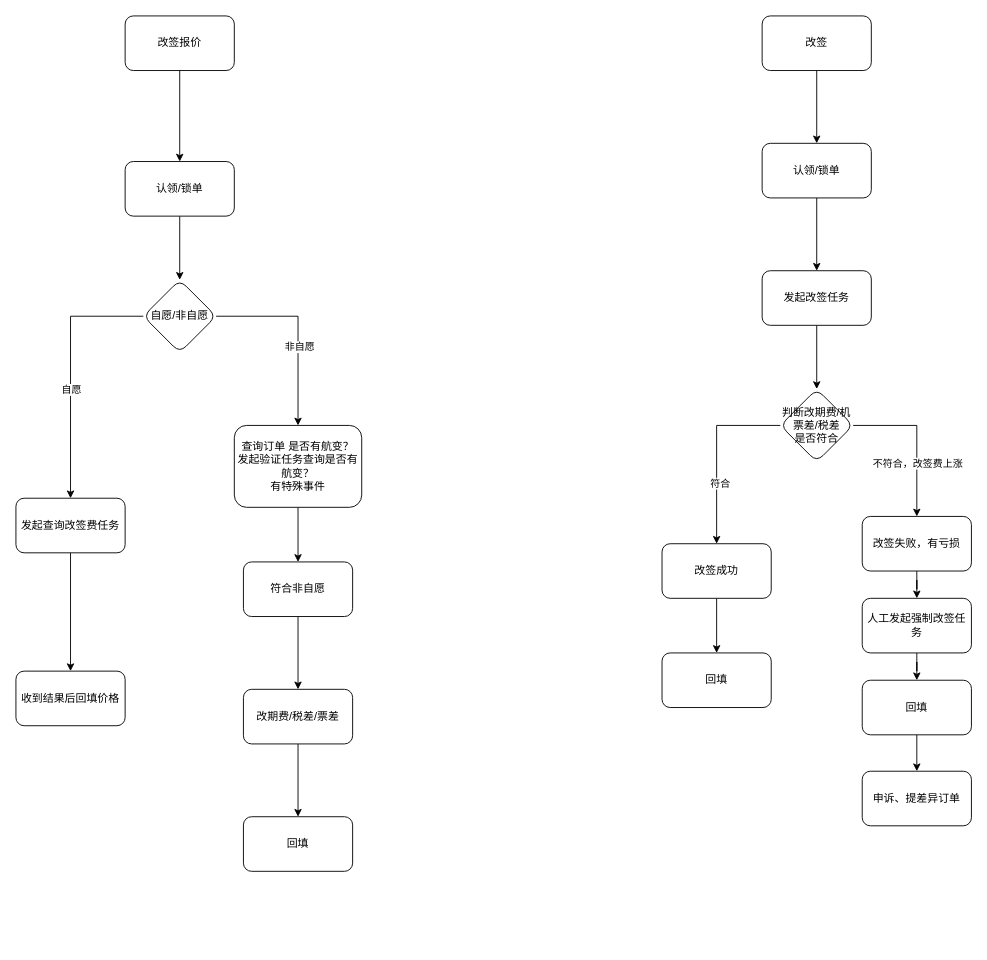
This is 改签流程.drawio from kelvin9527/diagram, a draw.io file, before an edit. Source tidied: cells renumbered, new cells numbered last; positions are measured from the earlier drawing's top-left corner, leaving out a move shared by most shapes. Both pictures are drawn from the tidied source at 91%, with x=0, y=0 at pixel (15, 15).
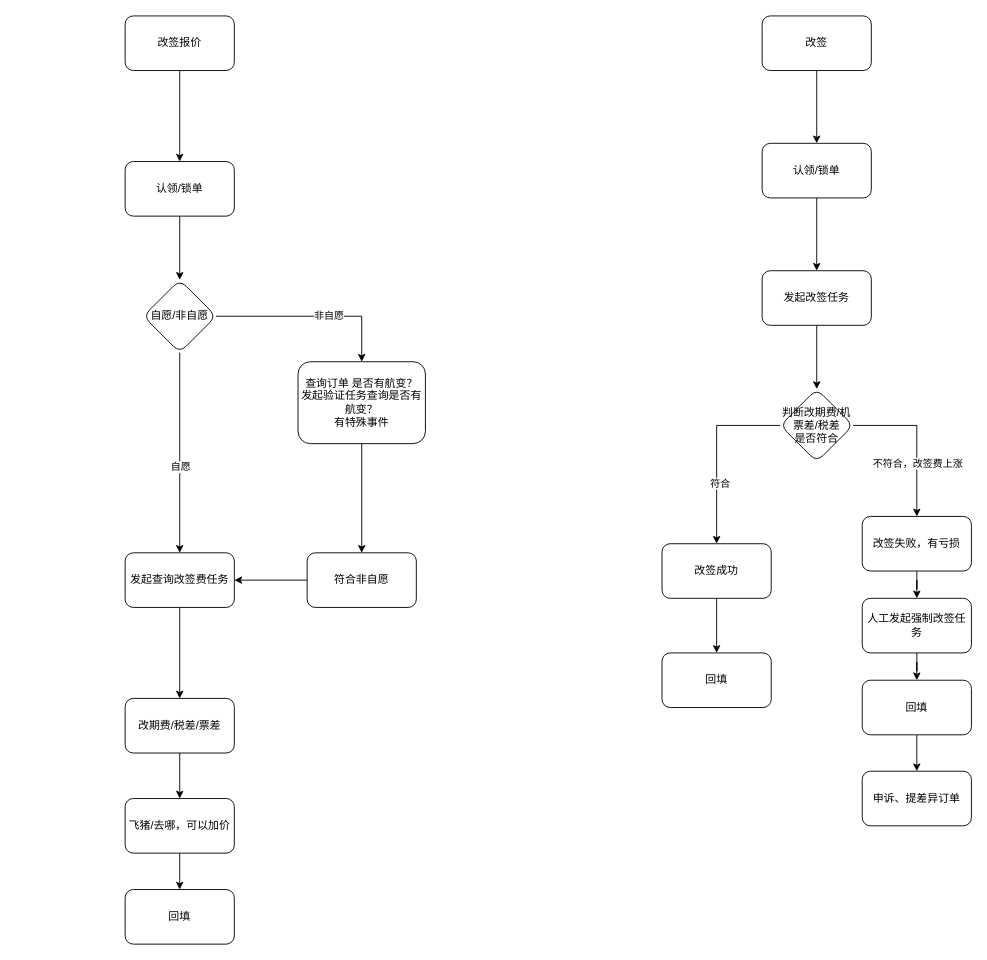
The same diagram, later.

Commit message (it also covers changes not shown here):
更新改签流程.drawio

Diff of the diagram source:
```diff
@@
     <mxCell id="28" value="发起查询改签费任务" style="rounded=1;whiteSpace=wrap;html=1;" parent="1" vertex="1">
-      <mxGeometry y="530" width="120" height="60" as="geometry" />
+      <mxGeometry x="120" y="590" width="120" height="60" as="geometry" />
     </mxCell>
+    <mxCell id="42" style="edgeStyle=orthogonalEdgeStyle;rounded=0;jettySize=auto;html=1;" parent="1" edge="1" source="29" target="45">
+      <mxGeometry relative="1" as="geometry" />
+    </mxCell>
-    <mxCell id="29" value="收到结果后回填价格" style="rounded=1;whiteSpace=wrap;html=1;" parent="1" vertex="1">
-      <mxGeometry y="720" width="120" height="60" as="geometry" />
+    <mxCell id="29" value="改期费/税差/票差" style="rounded=1;whiteSpace=wrap;html=1;" parent="1" vertex="1">
+      <mxGeometry x="120" y="750" width="120" height="60" as="geometry" />
     </mxCell>
@@
     <mxCell id="36" value="查询订单 是否有航变？&lt;div&gt;发起验证任务查询是否有航变？&lt;/div&gt;&lt;div&gt;有特殊事件&lt;/div&gt;" style="whiteSpace=wrap;html=1;rounded=1;" parent="1" vertex="1">
-      <mxGeometry x="240" y="450" width="140" height="90" as="geometry" />
+      <mxGeometry x="310" y="380" width="140" height="90" as="geometry" />
     </mxCell>
-    <mxCell id="37" style="edgeStyle=orthogonalEdgeStyle;rounded=0;jettySize=auto;html=1;" parent="1" edge="1" source="38" target="40">
-      <mxGeometry relative="1" as="geometry" />
-    </mxCell>
+    <mxCell id="43" style="edgeStyle=orthogonalEdgeStyle;rounded=0;jettySize=auto;html=1;entryX=1;entryY=0.5;entryDx=0;entryDy=0;" parent="1" edge="1" source="38" target="28">
+      <mxGeometry relative="1" as="geometry" />
+    </mxCell>
     <mxCell id="38" value="符合非自愿" style="whiteSpace=wrap;html=1;rounded=1;" parent="1" vertex="1">
-      <mxGeometry x="250" y="600" width="120" height="60" as="geometry" />
+      <mxGeometry x="320" y="590" width="120" height="60" as="geometry" />
     </mxCell>
-    <mxCell id="39" style="edgeStyle=orthogonalEdgeStyle;rounded=0;jettySize=auto;html=1;" parent="1" edge="1" source="40" target="41">
-      <mxGeometry relative="1" as="geometry" />
-    </mxCell>
-    <mxCell id="40" value="改期费/税差/票差" style="whiteSpace=wrap;html=1;rounded=1;" parent="1" vertex="1">
-      <mxGeometry x="250" y="740" width="120" height="60" as="geometry" />
-    </mxCell>
+    <mxCell id="44" style="edgeStyle=orthogonalEdgeStyle;rounded=0;jettySize=auto;html=1;" parent="1" edge="1" source="45" target="41">
+      <mxGeometry relative="1" as="geometry" />
+    </mxCell>
+    <mxCell id="45" value="飞猪/去哪，可以加价" style="rounded=1;whiteSpace=wrap;html=1;" parent="1" vertex="1">
+      <mxGeometry x="120" y="860" width="120" height="60" as="geometry" />
+    </mxCell>
-    <mxCell id="41" value="回填" style="whiteSpace=wrap;html=1;rounded=1;" parent="1" vertex="1">
-      <mxGeometry x="250" y="880" width="120" height="60" as="geometry" />
+    <mxCell id="41" value="回填" style="rounded=1;whiteSpace=wrap;html=1;" parent="1" vertex="1">
+      <mxGeometry x="120" y="960" width="120" height="60" as="geometry" />
     </mxCell>
```
